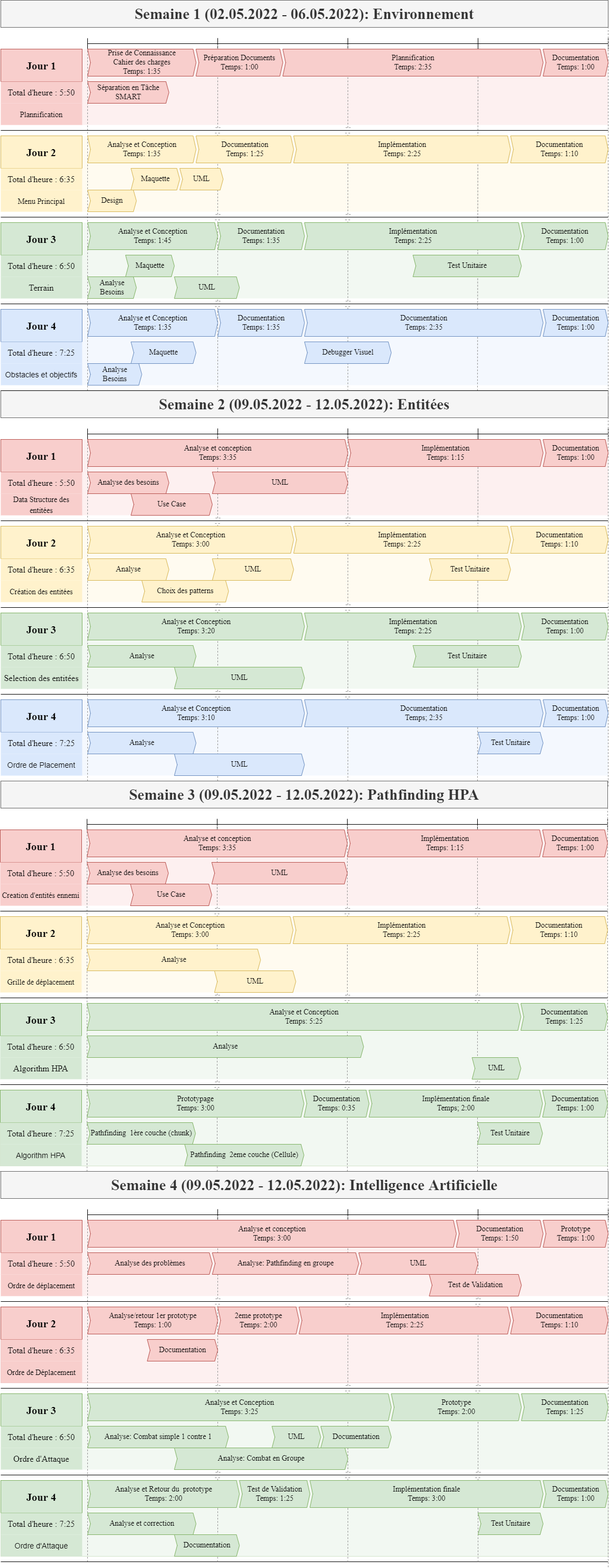
This is Assets/Documentation/Planification/FlorianDuruz_Planning_CastleDefense.png from Cat-du-Fromage/TPI_CastleDefense, a draw.io export, as it was before one commit. Source tidied: cells renumbered, new cells last; positions are measured from the earlier drawing's top-left corner, leaving out a move shared by most shapes.
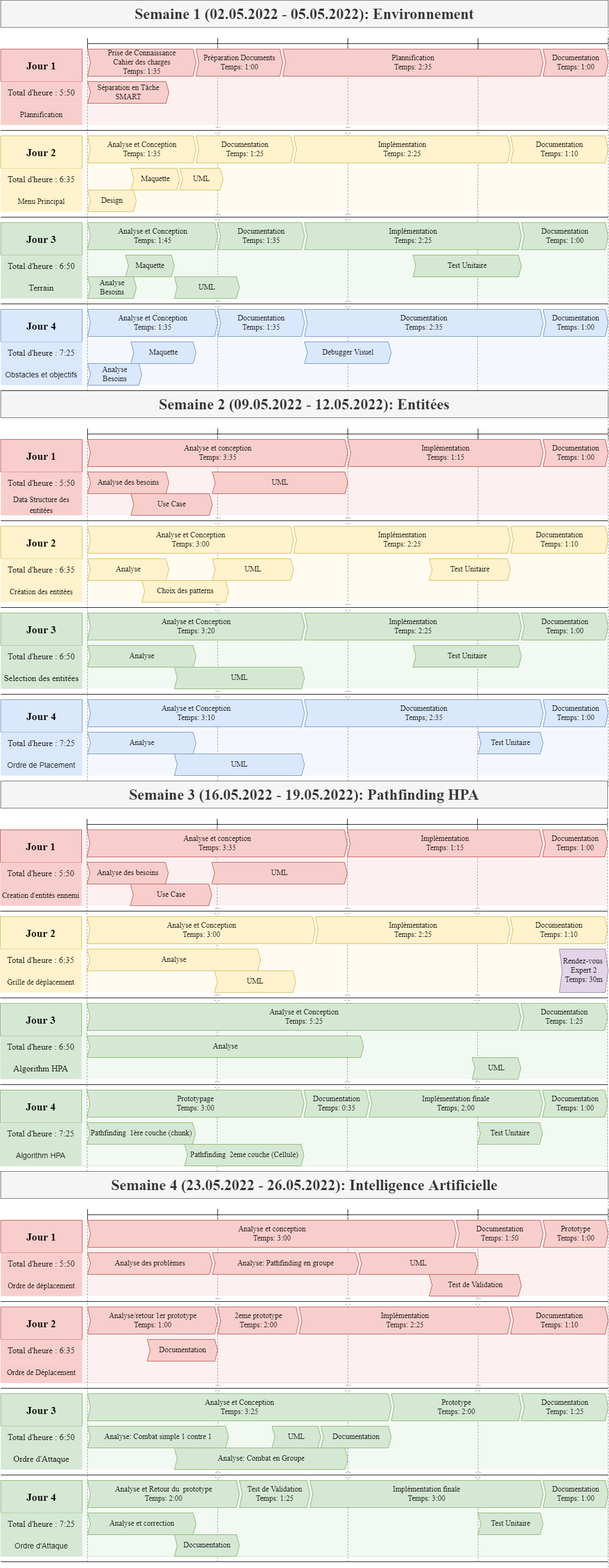
After the change.

What changed in the source:
```diff
@@ -292,13 +292,13 @@
       <mxGeometry x="870" y="1950" width="90" height="40" as="geometry" />
     </mxCell>
     <mxCell id="83" value="Implémentation&lt;br&gt;Temps: 2:25" style="html=1;shape=mxgraph.infographic.ribbonSimple;notch1=5.29;notch2=5.57;align=center;verticalAlign=middle;fontSize=14;fontStyle=0;fillColor=#fff2cc;strokeColor=#d6b656;fontFamily=Times New Roman;" parent="1" vertex="1">
-      <mxGeometry x="540" y="1690" width="400" height="50" as="geometry" />
+      <mxGeometry x="581" y="1690" width="359" height="50" as="geometry" />
     </mxCell>
     <mxCell id="84" value="Documentation&lt;br&gt;Temps: 1:10" style="html=1;shape=mxgraph.infographic.ribbonSimple;notch1=5.29;notch2=5.57;align=center;verticalAlign=middle;fontSize=14;fontStyle=0;fillColor=#fff2cc;strokeColor=#d6b656;gradientDirection=east;fontFamily=Times New Roman;" parent="1" vertex="1">
       <mxGeometry x="940" y="1690" width="180" height="50" as="geometry" />
     </mxCell>
     <mxCell id="85" value="Analyse et Conception&lt;br&gt;Temps: 3:00" style="html=1;shape=mxgraph.infographic.ribbonSimple;notch1=5.29;notch2=5.57;align=center;verticalAlign=middle;fontSize=14;fontStyle=0;fillColor=#fff2cc;strokeColor=#d6b656;fontFamily=Times New Roman;" parent="1" vertex="1">
-      <mxGeometry x="160" y="1690" width="380" height="50" as="geometry" />
+      <mxGeometry x="160" y="1690" width="421" height="50" as="geometry" />
     </mxCell>
     <mxCell id="86" value="Analyse" style="html=1;shape=mxgraph.infographic.ribbonSimple;notch1=5.29;notch2=5.57;align=center;verticalAlign=middle;fontSize=14;fontStyle=0;fillColor=#fff2cc;strokeColor=#d6b656;fontFamily=Times New Roman;" parent="1" vertex="1">
       <mxGeometry x="160" y="1750" width="320" height="40" as="geometry" />
@@ -327,7 +327,7 @@
     <mxCell id="94" value="Analyse des besoins" style="html=1;shape=mxgraph.infographic.ribbonSimple;notch1=5.29;notch2=5.57;align=center;verticalAlign=middle;fontSize=14;fontStyle=0;fillColor=#f8cecc;strokeColor=#b85450;fontFamily=Times New Roman;" parent="1" vertex="1">
       <mxGeometry x="160" y="1590" width="150" height="40" as="geometry" />
     </mxCell>
-    <mxCell id="95" value="Semaine 3 (09.05.2022 - 12.05.2022): Pathfinding HPA" style="rounded=0;whiteSpace=wrap;html=1;fillColor=#f5f5f5;strokeColor=#666666;fontSize=28;fontStyle=1;fontColor=#333333;fontFamily=Times New Roman;" parent="1" vertex="1">
+    <mxCell id="95" value="Semaine 3 (16.05.2022 - 19.05.2022): Pathfinding HPA" style="rounded=0;whiteSpace=wrap;html=1;fillColor=#f5f5f5;strokeColor=#666666;fontSize=28;fontStyle=1;fontColor=#333333;fontFamily=Times New Roman;" parent="1" vertex="1">
       <mxGeometry x="1" y="1440" width="1119" height="50" as="geometry" />
     </mxCell>
     <mxCell id="96" value="Jour 4" style="rounded=0;whiteSpace=wrap;html=1;fillColor=#d5e8d4;strokeColor=#82b366;fontSize=20;fontStyle=1;fontFamily=Times New Roman;" parent="1" vertex="1">
@@ -500,7 +500,7 @@
     <mxCell id="144" value="Analyse: Pathfinding en groupe" style="html=1;shape=mxgraph.infographic.ribbonSimple;notch1=5.29;notch2=5.57;align=center;verticalAlign=middle;fontSize=14;fontStyle=0;fillColor=#f8cecc;strokeColor=#b85450;fontFamily=Times New Roman;" parent="1" vertex="1">
       <mxGeometry x="391" y="2310" width="270" height="40" as="geometry" />
     </mxCell>
-    <mxCell id="145" value="Semaine 4 (09.05.2022 - 12.05.2022): Intelligence Artificielle" style="rounded=0;whiteSpace=wrap;html=1;fillColor=#f5f5f5;strokeColor=#666666;fontSize=28;fontStyle=1;fontColor=#333333;fontFamily=Times New Roman;" parent="1" vertex="1">
+    <mxCell id="145" value="Semaine 4 (23.05.2022 - 26.05.2022): Intelligence Artificielle" style="rounded=0;whiteSpace=wrap;html=1;fillColor=#f5f5f5;strokeColor=#666666;fontSize=28;fontStyle=1;fontColor=#333333;fontFamily=Times New Roman;" parent="1" vertex="1">
       <mxGeometry x="1" y="2160" width="1120" height="50" as="geometry" />
     </mxCell>
     <mxCell id="146" value="Jour 4" style="rounded=0;whiteSpace=wrap;html=1;fillColor=#d5e8d4;strokeColor=#82b366;fontSize=20;fontStyle=1;fontFamily=Times New Roman;" parent="1" vertex="1">
@@ -723,7 +723,7 @@
     <mxCell id="212" value="Séparation en Tâche&lt;br&gt;SMART" style="html=1;shape=mxgraph.infographic.ribbonSimple;notch1=5.29;notch2=5.57;align=center;verticalAlign=middle;fontSize=14;fontStyle=0;fillColor=#f8cecc;strokeColor=#b85450;fontFamily=Times New Roman;" parent="185" vertex="1">
       <mxGeometry x="161" y="150" width="150" height="40" as="geometry" />
     </mxCell>
-    <mxCell id="213" value="Semaine 1 (02.05.2022 - 06.05.2022): Environnement" style="rounded=0;whiteSpace=wrap;html=1;fillColor=#f5f5f5;strokeColor=#666666;fontSize=28;fontStyle=1;fontColor=#333333;fontFamily=Times New Roman;" parent="185" vertex="1">
+    <mxCell id="213" value="Semaine 1 (02.05.2022 - 05.05.2022): Environnement" style="rounded=0;whiteSpace=wrap;html=1;fillColor=#f5f5f5;strokeColor=#666666;fontSize=28;fontStyle=1;fontColor=#333333;fontFamily=Times New Roman;" parent="185" vertex="1">
       <mxGeometry x="1" width="1120" height="50" as="geometry" />
     </mxCell>
     <mxCell id="214" value="Jour 4" style="rounded=0;whiteSpace=wrap;html=1;fillColor=#dae8fc;strokeColor=#6c8ebf;fontSize=20;fontStyle=1;fontFamily=Times New Roman;" parent="185" vertex="1">
@@ -756,5 +756,8 @@
     <mxCell id="223" value="Documentation&lt;br&gt;Temps: 1:00" style="html=1;shape=mxgraph.infographic.ribbonSimple;notch1=5.29;notch2=5.57;align=center;verticalAlign=middle;fontSize=14;fontStyle=0;fillColor=#f8cecc;strokeColor=#b85450;fontFamily=Times New Roman;" parent="185" vertex="1">
       <mxGeometry x="1001" y="90" width="120" height="50" as="geometry" />
     </mxCell>
+    <mxCell id="224" value="Rendez-vous &lt;br&gt;Expert 2&lt;br&gt;Temps: 30m" style="html=1;shape=mxgraph.infographic.ribbonSimple;notch1=5.29;notch2=5.57;align=center;verticalAlign=middle;fontSize=14;fontStyle=0;fillColor=#e1d5e7;strokeColor=#9673a6;fontFamily=Times New Roman;" parent="185" vertex="1">
+      <mxGeometry x="1031" y="1750" width="90" height="80" as="geometry" />
+    </mxCell>
   </root>
 </mxGraphModel>
```
